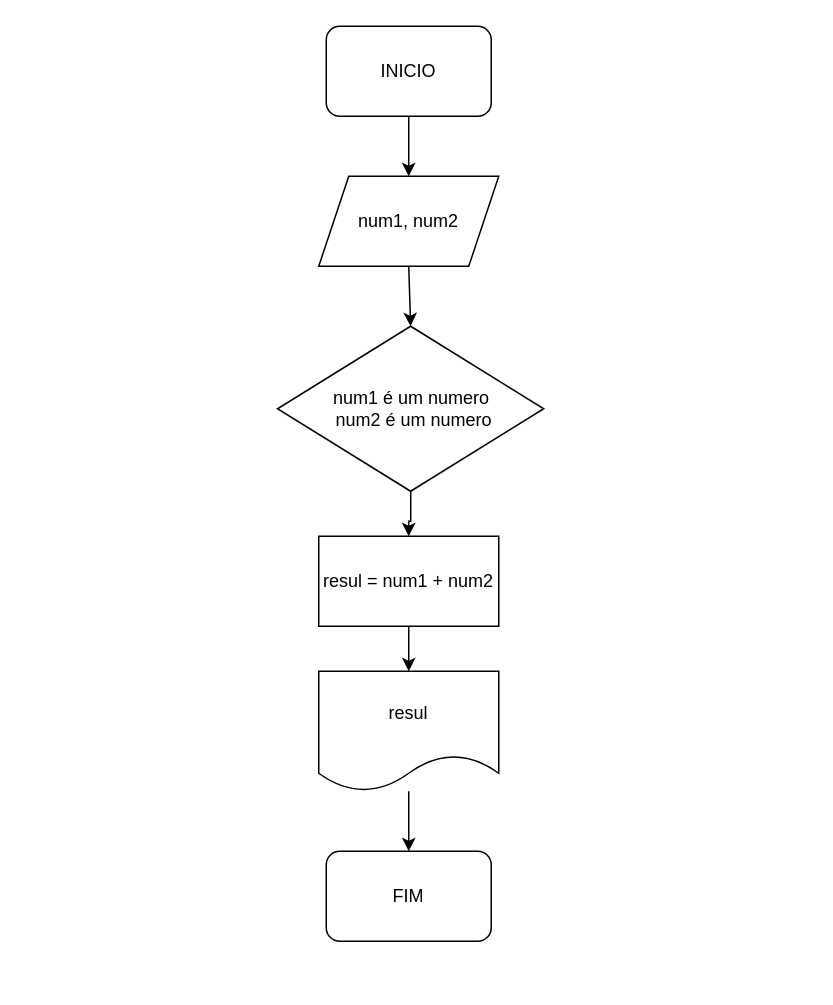
PitzTech/mdc118 keeps this draw.io diagram as src/aula02/Untitled Diagram.drawio. Above is the earlier version. Source tidied: cells renumbered, new cells numbered last; positions are measured from the earlier drawing's top-left corner, leaving out a move shared by most shapes. Both pictures are drawn from the tidied source at 150%, with x=0, y=0 at pixel (278, 26).
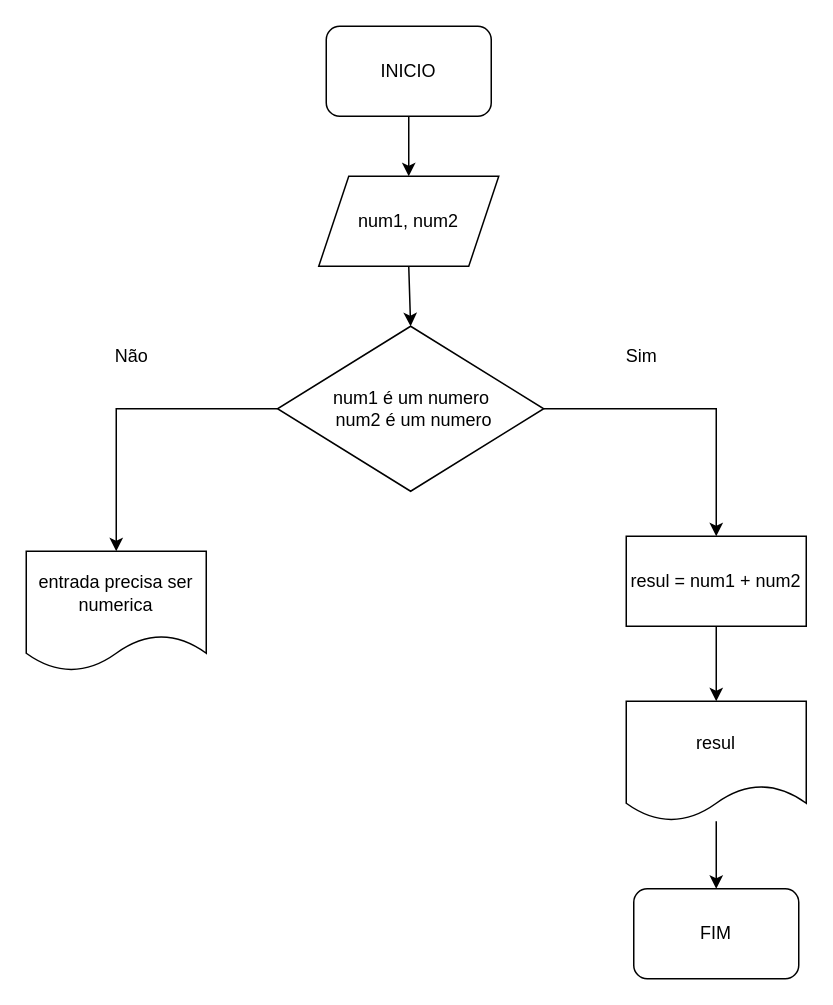
After the change.

What changed in the source:
```diff
@@
 <mxGraphModel>
   <root>
     <mxCell id="0" />
     <mxCell id="1" parent="0" />
     <mxCell id="2" value="FIM" style="rounded=1;whiteSpace=wrap;html=1;" parent="1" vertex="1">
-      <mxGeometry x="32" y="550" width="110" height="60" as="geometry" />
+      <mxGeometry x="237" y="575" width="110" height="60" as="geometry" />
     </mxCell>
     <mxCell id="3" value="INICIO" style="rounded=1;whiteSpace=wrap;html=1;" parent="1" vertex="1">
       <mxGeometry x="32" width="110" height="60" as="geometry" />
     </mxCell>
     <mxCell id="4" value="num1, num2" style="shape=parallelogram;perimeter=parallelogramPerimeter;whiteSpace=wrap;html=1;fixedSize=1;" parent="1" vertex="1">
       <mxGeometry x="27" y="100" width="120" height="60" as="geometry" />
     </mxCell>
     <mxCell id="5" style="edgeStyle=orthogonalEdgeStyle;rounded=0;jettySize=auto;html=1;entryX=0.5;entryY=0;entryDx=0;entryDy=0;" parent="1" edge="1" source="6" target="2">
       <mxGeometry relative="1" as="geometry" />
     </mxCell>
     <mxCell id="6" value="resul" style="shape=document;whiteSpace=wrap;html=1;boundedLbl=1;" parent="1" vertex="1">
-      <mxGeometry x="27" y="430" width="120" height="80" as="geometry" />
+      <mxGeometry x="232" y="450" width="120" height="80" as="geometry" />
     </mxCell>
     <mxCell id="7" style="edgeStyle=orthogonalEdgeStyle;rounded=0;jettySize=auto;html=1;entryX=0.5;entryY=0;entryDx=0;entryDy=0;" parent="1" edge="1" source="8" target="6">
       <mxGeometry relative="1" as="geometry" />
     </mxCell>
     <mxCell id="8" value="resul = num1 + num2" style="rounded=0;whiteSpace=wrap;html=1;" parent="1" vertex="1">
-      <mxGeometry x="27" y="340" width="120" height="60" as="geometry" />
+      <mxGeometry x="232" y="340" width="120" height="60" as="geometry" />
     </mxCell>
     <mxCell id="9" style="edgeStyle=orthogonalEdgeStyle;rounded=0;jettySize=auto;html=1;" parent="1" edge="1" source="10" target="8">
       <mxGeometry relative="1" as="geometry" />
     </mxCell>
+    <mxCell id="13" style="edgeStyle=orthogonalEdgeStyle;rounded=0;jettySize=auto;html=1;entryX=0.5;entryY=0;entryDx=0;entryDy=0;" parent="1" edge="1" source="10" target="14">
+      <mxGeometry relative="1" as="geometry" />
+    </mxCell>
     <mxCell id="10" value="num1 é um numero&lt;br&gt;&amp;nbsp;num2 é um numero" style="rhombus;whiteSpace=wrap;html=1;" parent="1" vertex="1">
       <mxGeometry x="-0.5" y="200" width="177.5" height="110" as="geometry" />
     </mxCell>
     <mxCell id="11" style="endArrow=classic;html=1;rounded=0;exitX=0.5;exitY=1;exitDx=0;exitDy=0;entryX=0.5;entryY=0;entryDx=0;entryDy=0;" parent="1" edge="1" source="3" target="4">
       <mxGeometry relative="1" as="geometry" />
     </mxCell>
     <mxCell id="12" style="endArrow=classic;html=1;rounded=0;entryX=0.5;entryY=0;entryDx=0;entryDy=0;exitX=0.5;exitY=1;exitDx=0;exitDy=0;" parent="1" edge="1" source="4" target="10">
       <mxGeometry relative="1" as="geometry" />
     </mxCell>
+    <mxCell id="14" value="entrada precisa ser numerica" style="shape=document;whiteSpace=wrap;html=1;boundedLbl=1;" parent="1" vertex="1">
+      <mxGeometry x="-168" y="350" width="120" height="80" as="geometry" />
+    </mxCell>
+    <mxCell id="15" value="Não" style="text;html=1;align=center;verticalAlign=middle;strokeColor=none;fillColor=none;" parent="1" vertex="1">
+      <mxGeometry x="-118" y="210" width="40" height="20" as="geometry" />
+    </mxCell>
+    <mxCell id="16" value="Sim" style="text;html=1;align=center;verticalAlign=middle;strokeColor=none;fillColor=none;" parent="1" vertex="1">
+      <mxGeometry x="222" y="210" width="40" height="20" as="geometry" />
+    </mxCell>
   </root>
 </mxGraphModel>
```
